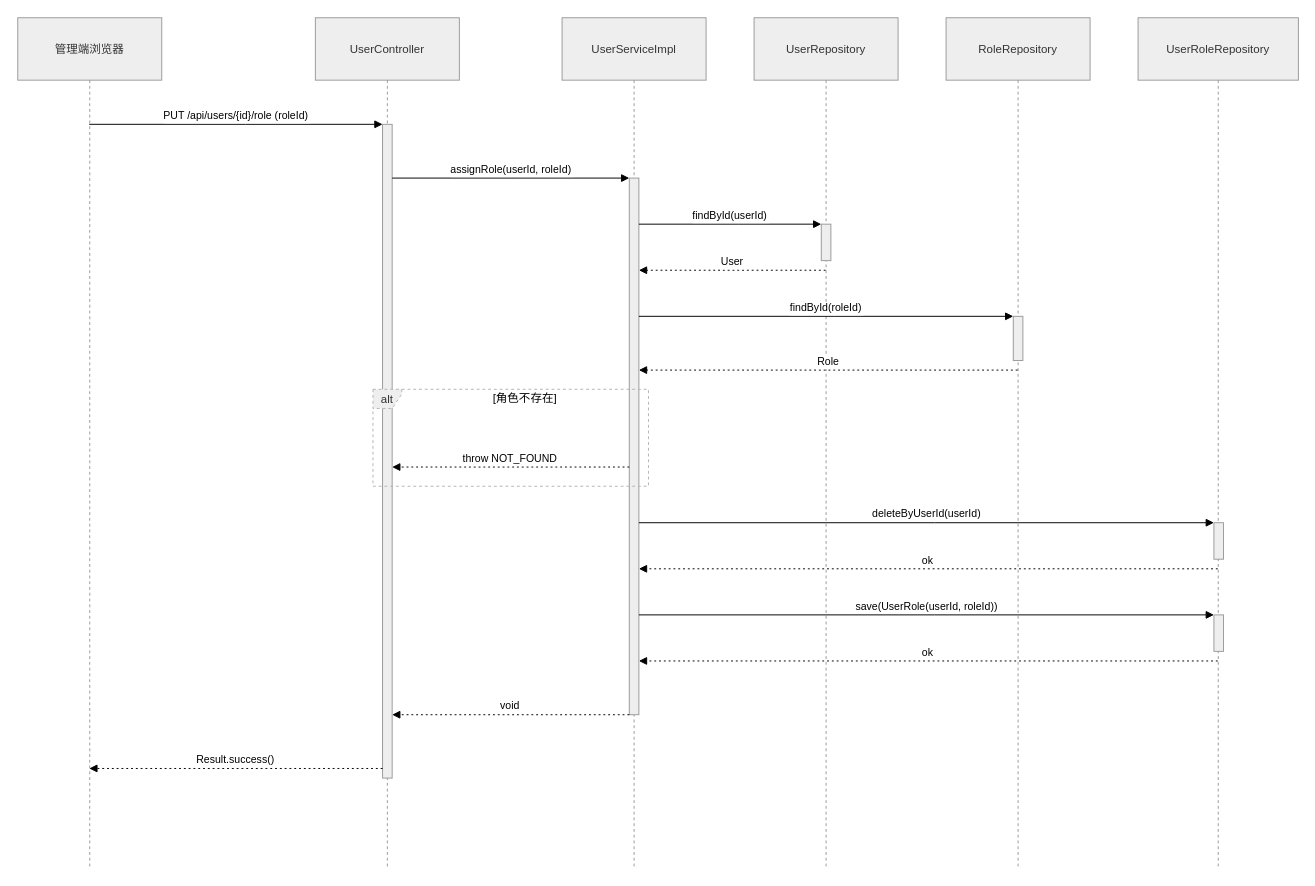
Earlier version of the draw.io diagram page "用户角色分配时序图" (21 of 31) of 题库E-R.drawio (ChenLiheng/question-project). Source tidied: cells renumbered, new cells numbered last; positions are measured from the earlier drawing's top-left corner, leaving out a move shared by most shapes. Both pictures are drawn from the tidied source at 96%, with x=0, y=0 at pixel (17, 17).
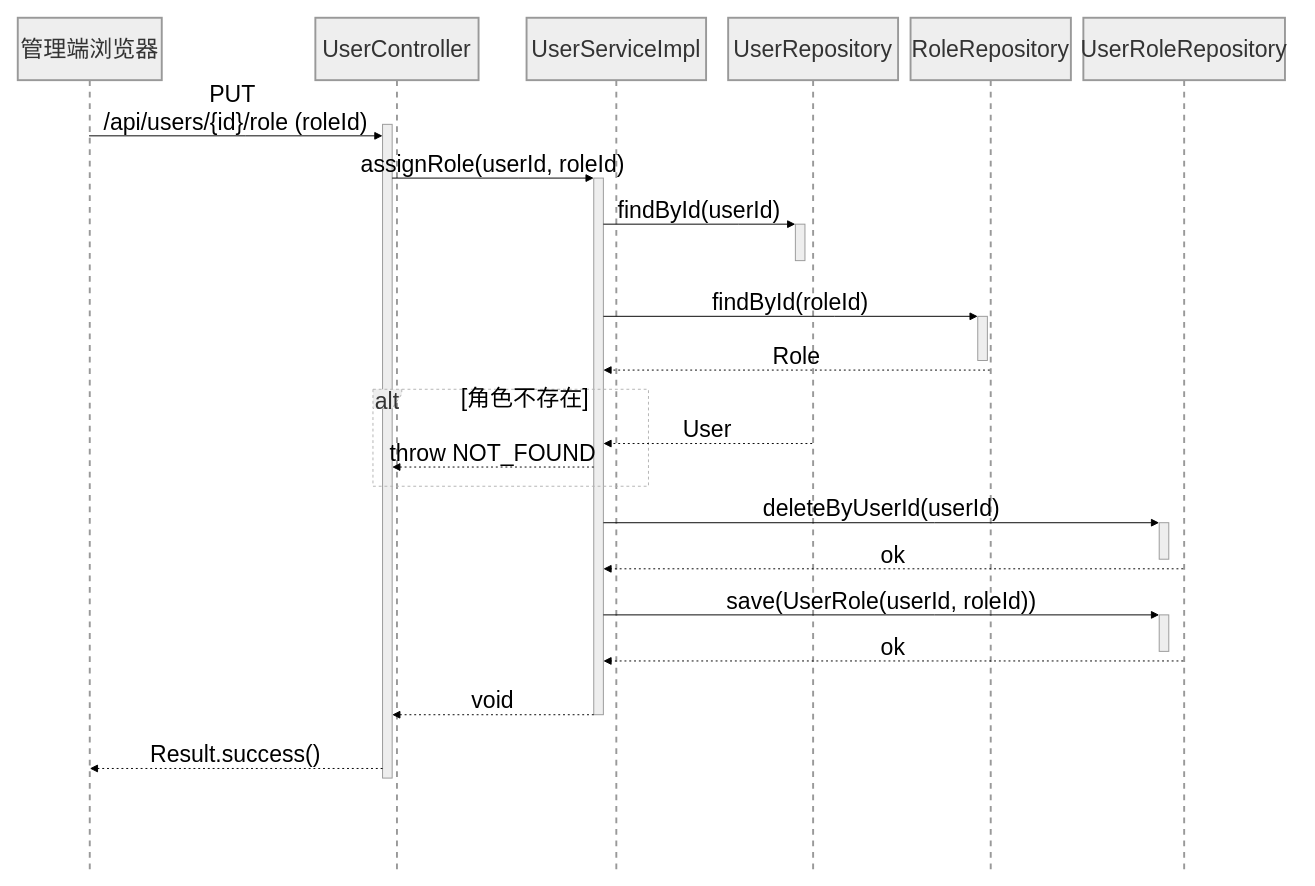
The same page after the edit.

Diff of the diagram source:
```diff
@@
-    <mxCell id="2" value="管理端浏览器" style="shape=umlLifeline;perimeter=lifelinePerimeter;whiteSpace=wrap;outlineConnect=0;portConstraint=eastwest;newEdgeStyle={&quot;edgeStyle&quot;:&quot;elbowEdgeStyle&quot;,&quot;elbow&quot;:&quot;vertical&quot;,&quot;curved&quot;:0,&quot;rounded&quot;:0};size=65;fillColor=light-dark(#eeeeee,#1f2020);strokeColor=light-dark(#999999,#cccccc);fontColor=light-dark(#333333,#cccccc);" parent="1" vertex="1">
+    <mxCell id="2" value="管理端浏览器" style="shape=umlLifeline;perimeter=lifelinePerimeter;whiteSpace=wrap;outlineConnect=0;portConstraint=eastwest;newEdgeStyle={&quot;edgeStyle&quot;:&quot;elbowEdgeStyle&quot;,&quot;elbow&quot;:&quot;vertical&quot;,&quot;curved&quot;:0,&quot;rounded&quot;:0};size=65;fillColor=light-dark(#eeeeee,#1f2020);strokeColor=light-dark(#999999,#cccccc);fontColor=light-dark(#333333,#cccccc);fontSize=24;strokeWidth=2;labelBackgroundColor=none;spacing=3;" parent="1" vertex="1">
       <mxGeometry width="150" height="887" as="geometry" />
     </mxCell>
-    <mxCell id="3" value="UserController" style="shape=umlLifeline;perimeter=lifelinePerimeter;whiteSpace=wrap;newEdgeStyle={&quot;edgeStyle&quot;:&quot;elbowEdgeStyle&quot;,&quot;elbow&quot;:&quot;vertical&quot;,&quot;curved&quot;:0,&quot;rounded&quot;:0};size=65;fillColor=light-dark(#eeeeee,#1f2020);strokeColor=light-dark(#999999,#cccccc);fontColor=light-dark(#333333,#cccccc);" parent="1" vertex="1">
-      <mxGeometry x="310" width="150" height="887" as="geometry" />
+    <mxCell id="3" value="UserController" style="shape=umlLifeline;perimeter=lifelinePerimeter;whiteSpace=wrap;newEdgeStyle={&quot;edgeStyle&quot;:&quot;elbowEdgeStyle&quot;,&quot;elbow&quot;:&quot;vertical&quot;,&quot;curved&quot;:0,&quot;rounded&quot;:0};size=65;fillColor=light-dark(#eeeeee,#1f2020);strokeColor=light-dark(#999999,#cccccc);fontColor=light-dark(#333333,#cccccc);fontSize=24;strokeWidth=2;labelBackgroundColor=none;spacing=3;" parent="1" vertex="1">
+      <mxGeometry x="310" width="170" height="887" as="geometry" />
     </mxCell>
-    <mxCell id="4" style="points=[];perimeter=orthogonalPerimeter;outlineConnect=0;targetShapes=umlLifeline;portConstraint=eastwest;newEdgeStyle={&quot;edgeStyle&quot;:&quot;elbowEdgeStyle&quot;,&quot;elbow&quot;:&quot;vertical&quot;,&quot;curved&quot;:0,&quot;rounded&quot;:0};fillColor=light-dark(#eeeeee,#1f2020);strokeColor=light-dark(#999999,#cccccc);fontColor=light-dark(#333333,#cccccc);" parent="3" vertex="1">
+    <mxCell id="4" style="points=[];perimeter=orthogonalPerimeter;outlineConnect=0;targetShapes=umlLifeline;portConstraint=eastwest;newEdgeStyle={&quot;edgeStyle&quot;:&quot;elbowEdgeStyle&quot;,&quot;elbow&quot;:&quot;vertical&quot;,&quot;curved&quot;:0,&quot;rounded&quot;:0};fillColor=light-dark(#eeeeee,#1f2020);strokeColor=light-dark(#999999,#cccccc);fontColor=light-dark(#333333,#cccccc);fontSize=24;labelBackgroundColor=none;spacing=3;" parent="3" vertex="1">
       <mxGeometry x="70" y="111" width="10" height="681" as="geometry" />
     </mxCell>
-    <mxCell id="5" value="UserServiceImpl" style="shape=umlLifeline;perimeter=lifelinePerimeter;whiteSpace=wrap;newEdgeStyle={&quot;edgeStyle&quot;:&quot;elbowEdgeStyle&quot;,&quot;elbow&quot;:&quot;vertical&quot;,&quot;curved&quot;:0,&quot;rounded&quot;:0};size=65;fillColor=light-dark(#eeeeee,#1f2020);strokeColor=light-dark(#999999,#cccccc);fontColor=light-dark(#333333,#cccccc);" parent="1" vertex="1">
-      <mxGeometry x="567" width="150" height="887" as="geometry" />
+    <mxCell id="5" value="UserServiceImpl" style="shape=umlLifeline;perimeter=lifelinePerimeter;whiteSpace=wrap;newEdgeStyle={&quot;edgeStyle&quot;:&quot;elbowEdgeStyle&quot;,&quot;elbow&quot;:&quot;vertical&quot;,&quot;curved&quot;:0,&quot;rounded&quot;:0};size=65;fillColor=light-dark(#eeeeee,#1f2020);strokeColor=light-dark(#999999,#cccccc);fontColor=light-dark(#333333,#cccccc);fontSize=24;strokeWidth=2;labelBackgroundColor=none;spacing=3;" parent="1" vertex="1">
+      <mxGeometry x="530" width="187" height="887" as="geometry" />
     </mxCell>
-    <mxCell id="6" style="points=[];perimeter=orthogonalPerimeter;outlineConnect=0;targetShapes=umlLifeline;portConstraint=eastwest;newEdgeStyle={&quot;edgeStyle&quot;:&quot;elbowEdgeStyle&quot;,&quot;elbow&quot;:&quot;vertical&quot;,&quot;curved&quot;:0,&quot;rounded&quot;:0};fillColor=light-dark(#eeeeee,#1f2020);strokeColor=light-dark(#999999,#cccccc);fontColor=light-dark(#333333,#cccccc);" parent="5" vertex="1">
+    <mxCell id="6" style="points=[];perimeter=orthogonalPerimeter;outlineConnect=0;targetShapes=umlLifeline;portConstraint=eastwest;newEdgeStyle={&quot;edgeStyle&quot;:&quot;elbowEdgeStyle&quot;,&quot;elbow&quot;:&quot;vertical&quot;,&quot;curved&quot;:0,&quot;rounded&quot;:0};fillColor=light-dark(#eeeeee,#1f2020);strokeColor=light-dark(#999999,#cccccc);fontColor=light-dark(#333333,#cccccc);fontSize=24;labelBackgroundColor=none;spacing=3;" parent="5" vertex="1">
       <mxGeometry x="70" y="167" width="10" height="559" as="geometry" />
     </mxCell>
-    <mxCell id="7" value="UserRepository" style="shape=umlLifeline;perimeter=lifelinePerimeter;whiteSpace=wrap;outlineConnect=0;portConstraint=eastwest;newEdgeStyle={&quot;edgeStyle&quot;:&quot;elbowEdgeStyle&quot;,&quot;elbow&quot;:&quot;vertical&quot;,&quot;curved&quot;:0,&quot;rounded&quot;:0};size=65;fillColor=light-dark(#eeeeee,#1f2020);strokeColor=light-dark(#999999,#cccccc);fontColor=light-dark(#333333,#cccccc);" parent="1" vertex="1">
-      <mxGeometry x="767" width="150" height="887" as="geometry" />
+    <mxCell id="7" value="UserRepository" style="shape=umlLifeline;perimeter=lifelinePerimeter;whiteSpace=wrap;outlineConnect=0;portConstraint=eastwest;newEdgeStyle={&quot;edgeStyle&quot;:&quot;elbowEdgeStyle&quot;,&quot;elbow&quot;:&quot;vertical&quot;,&quot;curved&quot;:0,&quot;rounded&quot;:0};size=65;fillColor=light-dark(#eeeeee,#1f2020);strokeColor=light-dark(#999999,#cccccc);fontColor=light-dark(#333333,#cccccc);fontSize=24;strokeWidth=2;labelBackgroundColor=none;spacing=3;" parent="1" vertex="1">
+      <mxGeometry x="740" width="177" height="887" as="geometry" />
     </mxCell>
-    <mxCell id="8" style="points=[];perimeter=orthogonalPerimeter;outlineConnect=0;targetShapes=umlLifeline;portConstraint=eastwest;newEdgeStyle={&quot;edgeStyle&quot;:&quot;elbowEdgeStyle&quot;,&quot;elbow&quot;:&quot;vertical&quot;,&quot;curved&quot;:0,&quot;rounded&quot;:0};fillColor=light-dark(#eeeeee,#1f2020);strokeColor=light-dark(#999999,#cccccc);fontColor=light-dark(#333333,#cccccc);" parent="7" vertex="1">
+    <mxCell id="8" style="points=[];perimeter=orthogonalPerimeter;outlineConnect=0;targetShapes=umlLifeline;portConstraint=eastwest;newEdgeStyle={&quot;edgeStyle&quot;:&quot;elbowEdgeStyle&quot;,&quot;elbow&quot;:&quot;vertical&quot;,&quot;curved&quot;:0,&quot;rounded&quot;:0};fillColor=light-dark(#eeeeee,#1f2020);strokeColor=light-dark(#999999,#cccccc);fontColor=light-dark(#333333,#cccccc);fontSize=24;labelBackgroundColor=none;spacing=3;" parent="7" vertex="1">
       <mxGeometry x="70" y="215" width="10" height="38" as="geometry" />
     </mxCell>
-    <mxCell id="9" value="RoleRepository" style="shape=umlLifeline;perimeter=lifelinePerimeter;whiteSpace=wrap;outlineConnect=0;portConstraint=eastwest;newEdgeStyle={&quot;edgeStyle&quot;:&quot;elbowEdgeStyle&quot;,&quot;elbow&quot;:&quot;vertical&quot;,&quot;curved&quot;:0,&quot;rounded&quot;:0};size=65;fillColor=light-dark(#eeeeee,#1f2020);strokeColor=light-dark(#999999,#cccccc);fontColor=light-dark(#333333,#cccccc);" parent="1" vertex="1">
-      <mxGeometry x="967" width="150" height="887" as="geometry" />
+    <mxCell id="9" value="RoleRepository" style="shape=umlLifeline;perimeter=lifelinePerimeter;whiteSpace=wrap;outlineConnect=0;portConstraint=eastwest;newEdgeStyle={&quot;edgeStyle&quot;:&quot;elbowEdgeStyle&quot;,&quot;elbow&quot;:&quot;vertical&quot;,&quot;curved&quot;:0,&quot;rounded&quot;:0};size=65;fillColor=light-dark(#eeeeee,#1f2020);strokeColor=light-dark(#999999,#cccccc);fontColor=light-dark(#333333,#cccccc);fontSize=24;strokeWidth=2;labelBackgroundColor=none;spacing=3;" parent="1" vertex="1">
+      <mxGeometry x="930" width="167" height="887" as="geometry" />
     </mxCell>
-    <mxCell id="10" style="points=[];perimeter=orthogonalPerimeter;outlineConnect=0;targetShapes=umlLifeline;portConstraint=eastwest;newEdgeStyle={&quot;edgeStyle&quot;:&quot;elbowEdgeStyle&quot;,&quot;elbow&quot;:&quot;vertical&quot;,&quot;curved&quot;:0,&quot;rounded&quot;:0};fillColor=light-dark(#eeeeee,#1f2020);strokeColor=light-dark(#999999,#cccccc);fontColor=light-dark(#333333,#cccccc);" parent="9" vertex="1">
+    <mxCell id="10" style="points=[];perimeter=orthogonalPerimeter;outlineConnect=0;targetShapes=umlLifeline;portConstraint=eastwest;newEdgeStyle={&quot;edgeStyle&quot;:&quot;elbowEdgeStyle&quot;,&quot;elbow&quot;:&quot;vertical&quot;,&quot;curved&quot;:0,&quot;rounded&quot;:0};fillColor=light-dark(#eeeeee,#1f2020);strokeColor=light-dark(#999999,#cccccc);fontColor=light-dark(#333333,#cccccc);fontSize=24;labelBackgroundColor=none;spacing=3;" parent="9" vertex="1">
       <mxGeometry x="70" y="311" width="10" height="46" as="geometry" />
     </mxCell>
-    <mxCell id="11" value="UserRoleRepository" style="shape=umlLifeline;perimeter=lifelinePerimeter;whiteSpace=wrap;outlineConnect=0;portConstraint=eastwest;newEdgeStyle={&quot;edgeStyle&quot;:&quot;elbowEdgeStyle&quot;,&quot;elbow&quot;:&quot;vertical&quot;,&quot;curved&quot;:0,&quot;rounded&quot;:0};size=65;fillColor=light-dark(#eeeeee,#1f2020);strokeColor=light-dark(#999999,#cccccc);fontColor=light-dark(#333333,#cccccc);" parent="1" vertex="1">
-      <mxGeometry x="1167" width="167" height="887" as="geometry" />
+    <mxCell id="11" value="UserRoleRepository" style="shape=umlLifeline;perimeter=lifelinePerimeter;whiteSpace=wrap;outlineConnect=0;portConstraint=eastwest;newEdgeStyle={&quot;edgeStyle&quot;:&quot;elbowEdgeStyle&quot;,&quot;elbow&quot;:&quot;vertical&quot;,&quot;curved&quot;:0,&quot;rounded&quot;:0};size=65;fillColor=light-dark(#eeeeee,#1f2020);strokeColor=light-dark(#999999,#cccccc);fontColor=light-dark(#333333,#cccccc);fontSize=24;strokeWidth=2;labelBackgroundColor=none;spacing=3;" parent="1" vertex="1">
+      <mxGeometry x="1110" width="210" height="887" as="geometry" />
     </mxCell>
-    <mxCell id="12" style="points=[];perimeter=orthogonalPerimeter;outlineConnect=0;targetShapes=umlLifeline;portConstraint=eastwest;newEdgeStyle={&quot;edgeStyle&quot;:&quot;elbowEdgeStyle&quot;,&quot;elbow&quot;:&quot;vertical&quot;,&quot;curved&quot;:0,&quot;rounded&quot;:0};fillColor=light-dark(#eeeeee,#1f2020);strokeColor=light-dark(#999999,#cccccc);fontColor=light-dark(#333333,#cccccc);" parent="11" vertex="1">
+    <mxCell id="12" style="points=[];perimeter=orthogonalPerimeter;outlineConnect=0;targetShapes=umlLifeline;portConstraint=eastwest;newEdgeStyle={&quot;edgeStyle&quot;:&quot;elbowEdgeStyle&quot;,&quot;elbow&quot;:&quot;vertical&quot;,&quot;curved&quot;:0,&quot;rounded&quot;:0};fillColor=light-dark(#eeeeee,#1f2020);strokeColor=light-dark(#999999,#cccccc);fontColor=light-dark(#333333,#cccccc);fontSize=24;labelBackgroundColor=none;spacing=3;" parent="11" vertex="1">
       <mxGeometry x="79" y="526" width="10" height="38" as="geometry" />
     </mxCell>
-    <mxCell id="13" style="points=[];perimeter=orthogonalPerimeter;outlineConnect=0;targetShapes=umlLifeline;portConstraint=eastwest;newEdgeStyle={&quot;edgeStyle&quot;:&quot;elbowEdgeStyle&quot;,&quot;elbow&quot;:&quot;vertical&quot;,&quot;curved&quot;:0,&quot;rounded&quot;:0};fillColor=light-dark(#eeeeee,#1f2020);strokeColor=light-dark(#999999,#cccccc);fontColor=light-dark(#333333,#cccccc);" parent="11" vertex="1">
+    <mxCell id="13" style="points=[];perimeter=orthogonalPerimeter;outlineConnect=0;targetShapes=umlLifeline;portConstraint=eastwest;newEdgeStyle={&quot;edgeStyle&quot;:&quot;elbowEdgeStyle&quot;,&quot;elbow&quot;:&quot;vertical&quot;,&quot;curved&quot;:0,&quot;rounded&quot;:0};fillColor=light-dark(#eeeeee,#1f2020);strokeColor=light-dark(#999999,#cccccc);fontColor=light-dark(#333333,#cccccc);fontSize=24;labelBackgroundColor=none;spacing=3;" parent="11" vertex="1">
       <mxGeometry x="79" y="622" width="10" height="38" as="geometry" />
     </mxCell>
-    <mxCell id="14" value="alt" style="shape=umlFrame;dashed=1;strokeColor=#B3B3B3;height=20;width=30;fillColor=light-dark(#eeeeee,#1f2020);fontColor=light-dark(#333333,#cccccc);" parent="1" vertex="1">
+    <mxCell id="14" value="alt" style="shape=umlFrame;dashed=1;strokeColor=#B3B3B3;height=20;width=30;fillColor=light-dark(#eeeeee,#1f2020);fontColor=light-dark(#333333,#cccccc);fontSize=24;labelBackgroundColor=none;spacing=3;" parent="1" vertex="1">
       <mxGeometry x="370" y="387" width="287" height="101" as="geometry" />
     </mxCell>
-    <mxCell id="15" value="[角色不存在]" style="text;strokeColor=none;fillColor=none;align=center;verticalAlign=middle;whiteSpace=wrap;" parent="14" vertex="1">
+    <mxCell id="15" value="[角色不存在]" style="text;strokeColor=none;fillColor=none;align=center;verticalAlign=middle;whiteSpace=wrap;fontSize=24;labelBackgroundColor=none;spacing=3;" parent="14" vertex="1">
       <mxGeometry x="30" width="257" height="20" as="geometry" />
     </mxCell>
-    <mxCell id="16" value="PUT /api/users/{id}/role (roleId)" style="verticalAlign=bottom;edgeStyle=elbowEdgeStyle;elbow=vertical;curved=0;rounded=0;endArrow=block;" parent="1" edge="1" source="2" target="4">
+    <mxCell id="16" value="PUT &#10;/api/users/{id}/role (roleId)" style="verticalAlign=bottom;edgeStyle=elbowEdgeStyle;elbow=vertical;curved=0;rounded=0;endArrow=block;fontSize=24;labelBackgroundColor=none;spacing=3;" parent="1" edge="1">
       <mxGeometry relative="1" as="geometry">
+        <mxPoint x="74.3" y="123" as="sourcePoint" />
+        <mxPoint x="380" y="123" as="targetPoint" />
         <Array as="points">
-          <mxPoint x="237" y="111" />
+          <mxPoint x="237" y="123" />
         </Array>
       </mxGeometry>
     </mxCell>
-    <mxCell id="17" value="assignRole(userId, roleId)" style="verticalAlign=bottom;edgeStyle=elbowEdgeStyle;elbow=vertical;curved=0;rounded=0;endArrow=block;" parent="1" edge="1" source="4" target="6">
+    <mxCell id="17" value="assignRole(userId, roleId)" style="verticalAlign=bottom;edgeStyle=elbowEdgeStyle;elbow=vertical;curved=0;rounded=0;endArrow=block;fontSize=24;labelBackgroundColor=none;spacing=3;" parent="1" edge="1" source="4" target="6">
       <mxGeometry relative="1" as="geometry">
         <Array as="points">
           <mxPoint x="522" y="167" />
         </Array>
       </mxGeometry>
     </mxCell>
-    <mxCell id="18" value="findById(userId)" style="verticalAlign=bottom;edgeStyle=elbowEdgeStyle;elbow=vertical;curved=0;rounded=0;endArrow=block;" parent="1" edge="1" source="6" target="8">
+    <mxCell id="18" value="findById(userId)" style="verticalAlign=bottom;edgeStyle=elbowEdgeStyle;elbow=vertical;curved=0;rounded=0;endArrow=block;fontSize=24;labelBackgroundColor=none;spacing=3;" parent="1" edge="1" source="6" target="8">
       <mxGeometry relative="1" as="geometry">
         <Array as="points">
           <mxPoint x="751" y="215" />
         </Array>
       </mxGeometry>
     </mxCell>
-    <mxCell id="19" value="User" style="verticalAlign=bottom;edgeStyle=elbowEdgeStyle;elbow=vertical;curved=0;rounded=0;dashed=1;dashPattern=2 3;endArrow=block;" parent="1" edge="1" source="7" target="6">
+    <mxCell id="19" value="User" style="verticalAlign=bottom;edgeStyle=elbowEdgeStyle;elbow=vertical;curved=0;rounded=0;dashed=1;dashPattern=2 3;endArrow=block;fontSize=24;labelBackgroundColor=none;spacing=3;" parent="1" edge="1" source="7" target="6">
       <mxGeometry relative="1" as="geometry">
         <Array as="points">
           <mxPoint x="754" y="263" />
         </Array>
       </mxGeometry>
     </mxCell>
-    <mxCell id="20" value="findById(roleId)" style="verticalAlign=bottom;edgeStyle=elbowEdgeStyle;elbow=vertical;curved=0;rounded=0;endArrow=block;" parent="1" edge="1" source="6" target="10">
+    <mxCell id="20" value="findById(roleId)" style="verticalAlign=bottom;edgeStyle=elbowEdgeStyle;elbow=vertical;curved=0;rounded=0;endArrow=block;fontSize=24;labelBackgroundColor=none;spacing=3;" parent="1" edge="1" source="6" target="10">
       <mxGeometry relative="1" as="geometry">
         <Array as="points">
           <mxPoint x="851" y="311" />
         </Array>
       </mxGeometry>
     </mxCell>
-    <mxCell id="21" value="Role" style="verticalAlign=bottom;edgeStyle=elbowEdgeStyle;elbow=vertical;curved=0;rounded=0;dashed=1;dashPattern=2 3;endArrow=block;" parent="1" edge="1" source="9" target="6">
+    <mxCell id="21" value="Role" style="verticalAlign=bottom;edgeStyle=elbowEdgeStyle;elbow=vertical;curved=0;rounded=0;dashed=1;dashPattern=2 3;endArrow=block;fontSize=24;labelBackgroundColor=none;spacing=3;" parent="1" edge="1" source="9" target="6">
       <mxGeometry relative="1" as="geometry">
         <Array as="points">
           <mxPoint x="854" y="367" />
         </Array>
       </mxGeometry>
     </mxCell>
-    <mxCell id="22" value="throw NOT_FOUND" style="verticalAlign=bottom;edgeStyle=elbowEdgeStyle;elbow=vertical;curved=0;rounded=0;dashed=1;dashPattern=2 3;endArrow=block;" parent="1" edge="1" source="6" target="4">
+    <mxCell id="22" value="throw NOT_FOUND" style="verticalAlign=bottom;edgeStyle=elbowEdgeStyle;elbow=vertical;curved=0;rounded=0;dashed=1;dashPattern=2 3;endArrow=block;fontSize=24;labelBackgroundColor=none;spacing=3;" parent="1" edge="1" source="6" target="4">
       <mxGeometry relative="1" as="geometry">
         <Array as="points">
           <mxPoint x="525" y="468" />
         </Array>
       </mxGeometry>
     </mxCell>
-    <mxCell id="23" value="deleteByUserId(userId)" style="verticalAlign=bottom;edgeStyle=elbowEdgeStyle;elbow=vertical;curved=0;rounded=0;endArrow=block;" parent="1" edge="1" source="6" target="12">
+    <mxCell id="23" value="deleteByUserId(userId)" style="verticalAlign=bottom;edgeStyle=elbowEdgeStyle;elbow=vertical;curved=0;rounded=0;endArrow=block;fontSize=24;labelBackgroundColor=none;spacing=3;" parent="1" edge="1" source="6" target="12">
       <mxGeometry relative="1" as="geometry">
         <Array as="points">
           <mxPoint x="955" y="526" />
         </Array>
       </mxGeometry>
     </mxCell>
-    <mxCell id="24" value="ok" style="verticalAlign=bottom;edgeStyle=elbowEdgeStyle;elbow=vertical;curved=0;rounded=0;dashed=1;dashPattern=2 3;endArrow=block;" parent="1" edge="1" source="11" target="6">
+    <mxCell id="24" value="ok" style="verticalAlign=bottom;edgeStyle=elbowEdgeStyle;elbow=vertical;curved=0;rounded=0;dashed=1;dashPattern=2 3;endArrow=block;fontSize=24;labelBackgroundColor=none;spacing=3;" parent="1" edge="1" source="11" target="6">
       <mxGeometry relative="1" as="geometry">
         <Array as="points">
           <mxPoint x="958" y="574" />
         </Array>
       </mxGeometry>
     </mxCell>
-    <mxCell id="25" value="save(UserRole(userId, roleId))" style="verticalAlign=bottom;edgeStyle=elbowEdgeStyle;elbow=vertical;curved=0;rounded=0;endArrow=block;" parent="1" edge="1" source="6" target="13">
+    <mxCell id="25" value="save(UserRole(userId, roleId))" style="verticalAlign=bottom;edgeStyle=elbowEdgeStyle;elbow=vertical;curved=0;rounded=0;endArrow=block;fontSize=24;labelBackgroundColor=none;spacing=3;" parent="1" edge="1" source="6" target="13">
       <mxGeometry relative="1" as="geometry">
         <Array as="points">
           <mxPoint x="955" y="622" />
         </Array>
       </mxGeometry>
     </mxCell>
-    <mxCell id="26" value="ok" style="verticalAlign=bottom;edgeStyle=elbowEdgeStyle;elbow=vertical;curved=0;rounded=0;dashed=1;dashPattern=2 3;endArrow=block;" parent="1" edge="1" source="11" target="6">
+    <mxCell id="26" value="ok" style="verticalAlign=bottom;edgeStyle=elbowEdgeStyle;elbow=vertical;curved=0;rounded=0;dashed=1;dashPattern=2 3;endArrow=block;fontSize=24;labelBackgroundColor=none;spacing=3;" parent="1" edge="1" source="11" target="6">
       <mxGeometry relative="1" as="geometry">
         <Array as="points">
           <mxPoint x="958" y="670" />
         </Array>
       </mxGeometry>
     </mxCell>
-    <mxCell id="27" value="void" style="verticalAlign=bottom;edgeStyle=elbowEdgeStyle;elbow=vertical;curved=0;rounded=0;dashed=1;dashPattern=2 3;endArrow=block;" parent="1" edge="1" source="6" target="4">
+    <mxCell id="27" value="void" style="verticalAlign=bottom;edgeStyle=elbowEdgeStyle;elbow=vertical;curved=0;rounded=0;dashed=1;dashPattern=2 3;endArrow=block;fontSize=24;labelBackgroundColor=none;spacing=3;" parent="1" edge="1" source="6" target="4">
       <mxGeometry relative="1" as="geometry">
         <Array as="points">
           <mxPoint x="525" y="726" />
         </Array>
       </mxGeometry>
     </mxCell>
-    <mxCell id="28" value="Result.success()" style="verticalAlign=bottom;edgeStyle=elbowEdgeStyle;elbow=vertical;curved=0;rounded=0;dashed=1;dashPattern=2 3;endArrow=block;" parent="1" edge="1" source="4" target="2">
+    <mxCell id="28" value="Result.success()" style="verticalAlign=bottom;edgeStyle=elbowEdgeStyle;elbow=vertical;curved=0;rounded=0;dashed=1;dashPattern=2 3;endArrow=block;fontSize=24;labelBackgroundColor=none;spacing=3;" parent="1" edge="1" source="4" target="2">
       <mxGeometry relative="1" as="geometry">
         <Array as="points">
           <mxPoint x="240" y="782" />
         </Array>
       </mxGeometry>
     </mxCell>
```
